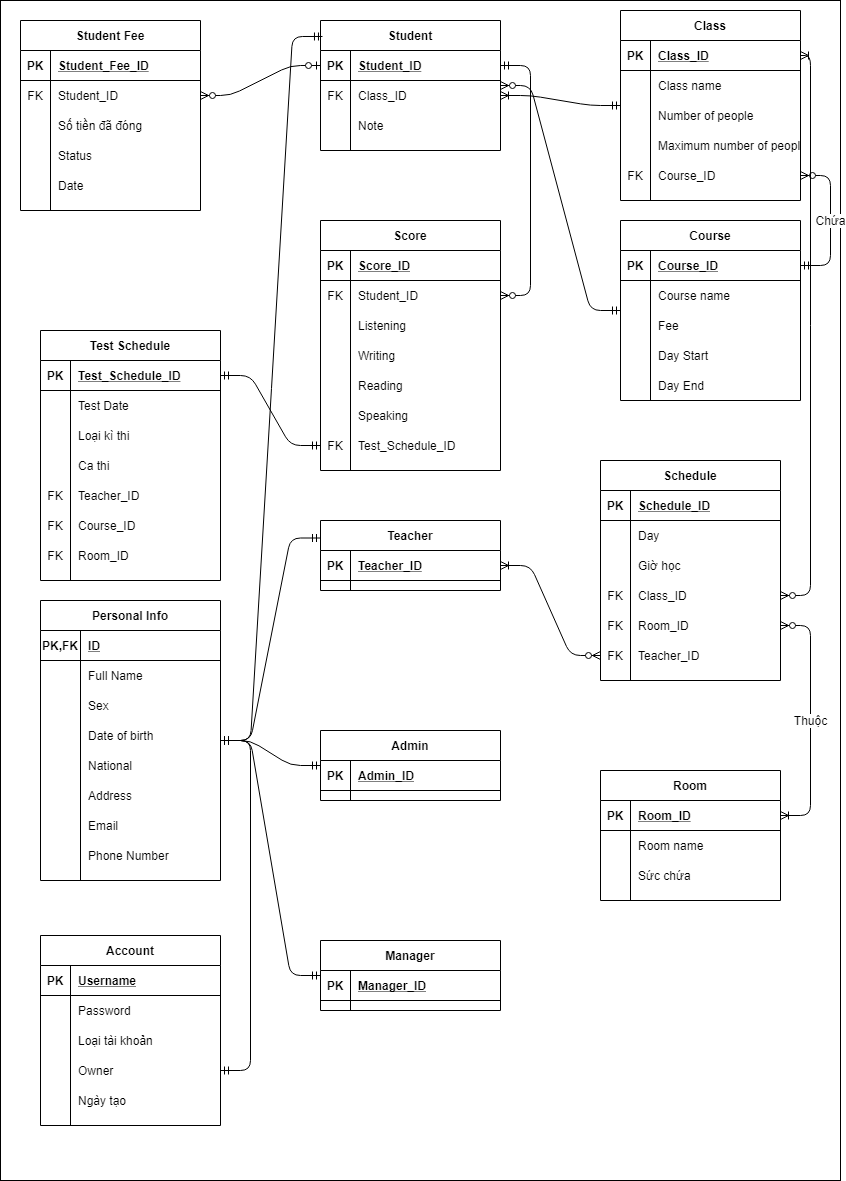
This is ERD/ERD QlyHocVienTTAVpng.png from truongthang2211/QlyHocVienTTAV, a draw.io export, as it was before one commit. Source tidied: cells renumbered, new cells last; positions are measured from the earlier drawing's top-left corner, leaving out a move shared by most shapes.
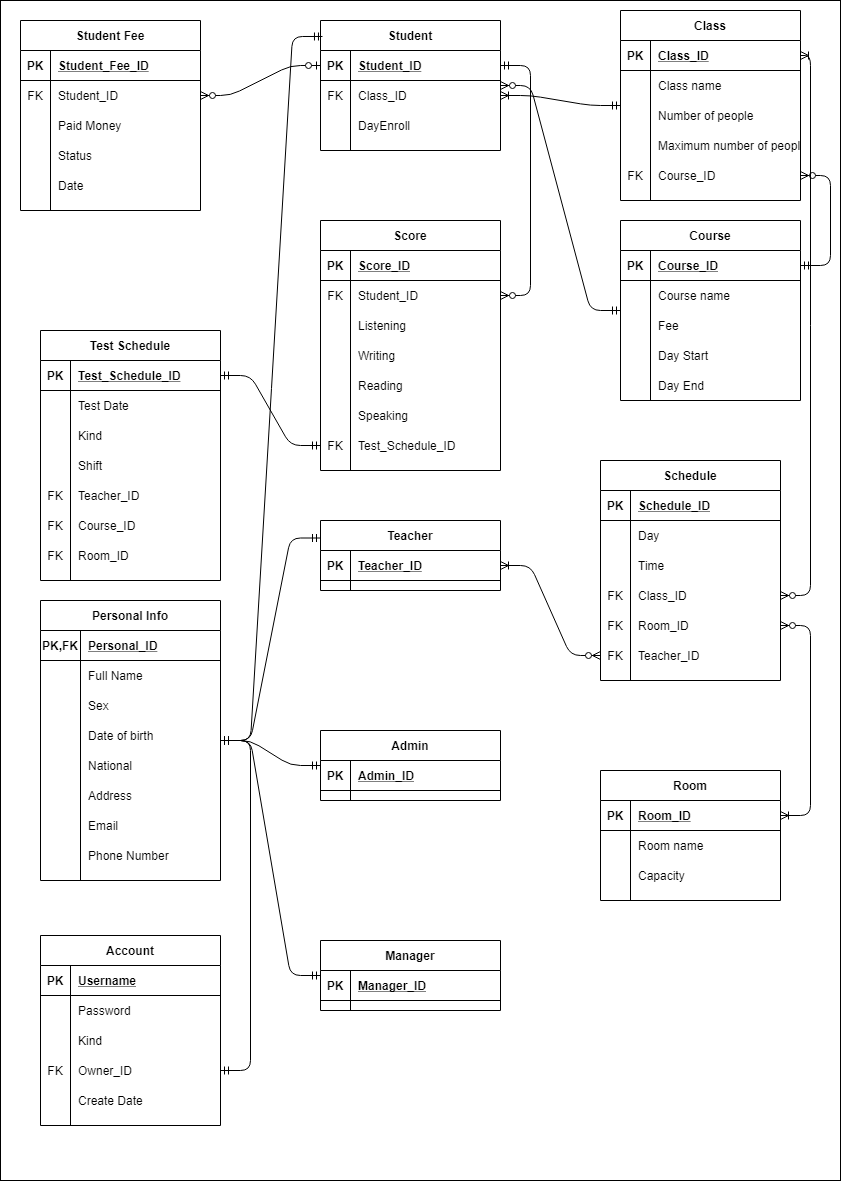
The same diagram one commit later.

Change to the diagram source:
```diff
@@ -32,7 +32,7 @@
     <mxCell id="11" style="shape=partialRectangle;fillColor=none;top=0;left=0;bottom=0;right=0;overflow=hidden;" parent="10" vertex="1">
       <mxGeometry width="30" height="30" as="geometry" />
     </mxCell>
-    <mxCell id="12" value="Note" style="shape=partialRectangle;fillColor=none;top=0;left=0;bottom=0;right=0;align=left;spacingLeft=6;overflow=hidden;" parent="10" vertex="1">
+    <mxCell id="12" value="DayEnroll" style="shape=partialRectangle;fillColor=none;top=0;left=0;bottom=0;right=0;align=left;spacingLeft=6;overflow=hidden;" parent="10" vertex="1">
       <mxGeometry x="30" width="150" height="30" as="geometry" />
     </mxCell>
     <mxCell id="13" value="Teacher" style="shape=table;startSize=30;rowLines=0;fontStyle=1;align=center;" parent="1" vertex="1">
@@ -170,7 +170,7 @@
     <mxCell id="57" style="shape=partialRectangle;fillColor=none;top=0;left=0;bottom=0;right=0;overflow=hidden;" parent="56" vertex="1">
       <mxGeometry width="30" height="30" as="geometry" />
     </mxCell>
-    <mxCell id="58" value="Sức chứa" style="shape=partialRectangle;fillColor=none;top=0;left=0;bottom=0;right=0;align=left;spacingLeft=6;overflow=hidden;" parent="56" vertex="1">
+    <mxCell id="58" value="Capacity " style="shape=partialRectangle;fillColor=none;top=0;left=0;bottom=0;right=0;align=left;spacingLeft=6;overflow=hidden;" parent="56" vertex="1">
       <mxGeometry x="30" width="150" height="30" as="geometry" />
     </mxCell>
     <mxCell id="59" value="Score" style="shape=table;startSize=30;rowLines=0;fontStyle=1;align=center;" parent="1" vertex="1">
@@ -266,7 +266,7 @@
     <mxCell id="89" style="shape=partialRectangle;fillColor=none;top=0;left=0;bottom=0;right=0;overflow=hidden;" parent="88" vertex="1">
       <mxGeometry width="30" height="30" as="geometry" />
     </mxCell>
-    <mxCell id="90" value="Giờ học" style="shape=partialRectangle;fillColor=none;top=0;left=0;bottom=0;right=0;align=left;spacingLeft=6;overflow=hidden;" parent="88" vertex="1">
+    <mxCell id="90" value="Time" style="shape=partialRectangle;fillColor=none;top=0;left=0;bottom=0;right=0;align=left;spacingLeft=6;overflow=hidden;" parent="88" vertex="1">
       <mxGeometry x="30" width="150" height="30" as="geometry" />
     </mxCell>
     <mxCell id="91" style="shape=partialRectangle;fillColor=none;top=0;left=0;bottom=0;right=0;points=[[0,0.5],[1,0.5]];portConstraint=eastwest;" parent="81" vertex="1">
@@ -296,10 +296,10 @@
     <mxCell id="99" value="Teacher_ID" style="shape=partialRectangle;fillColor=none;top=0;left=0;bottom=0;right=0;align=left;spacingLeft=6;overflow=hidden;" parent="97" vertex="1">
       <mxGeometry x="30" width="150" height="30" as="geometry" />
     </mxCell>
-    <mxCell id="100" value="Chứa" style="edgeStyle=entityRelationEdgeStyle;fontSize=12;html=1;endArrow=ERzeroToMany;startArrow=ERmandOne;" parent="1" edge="1" source="18" target="46">
+    <mxCell id="100" style="edgeStyle=entityRelationEdgeStyle;fontSize=12;html=1;endArrow=ERzeroToMany;startArrow=ERmandOne;" parent="1" edge="1" source="18" target="46">
       <mxGeometry relative="1" as="geometry" />
     </mxCell>
-    <mxCell id="101" value="Thuộc" style="edgeStyle=entityRelationEdgeStyle;fontSize=12;html=1;endArrow=ERoneToMany;startArrow=ERzeroToMany;entryX=1;entryY=0.5;entryDx=0;entryDy=0;exitX=1;exitY=0.5;exitDx=0;exitDy=0;" parent="1" edge="1" source="94" target="50">
+    <mxCell id="101" style="edgeStyle=entityRelationEdgeStyle;fontSize=12;html=1;endArrow=ERoneToMany;startArrow=ERzeroToMany;entryX=1;entryY=0.5;entryDx=0;entryDy=0;exitX=1;exitY=0.5;exitDx=0;exitDy=0;" parent="1" edge="1" source="94" target="50">
       <mxGeometry relative="1" as="geometry" />
     </mxCell>
     <mxCell id="102" style="edgeStyle=entityRelationEdgeStyle;fontSize=12;html=1;endArrow=ERoneToMany;startArrow=ERzeroToMany;entryX=1;entryY=0.5;entryDx=0;entryDy=0;exitX=0;exitY=0.5;exitDx=0;exitDy=0;" parent="1" edge="1" source="97" target="14">
@@ -335,7 +335,7 @@
     <mxCell id="112" style="shape=partialRectangle;fillColor=none;top=0;left=0;bottom=0;right=0;overflow=hidden;" parent="111" vertex="1">
       <mxGeometry width="30" height="30" as="geometry" />
     </mxCell>
-    <mxCell id="113" value="Số tiền đã đóng" style="shape=partialRectangle;fillColor=none;top=0;left=0;bottom=0;right=0;align=left;spacingLeft=6;overflow=hidden;" parent="111" vertex="1">
+    <mxCell id="113" value="Paid Money" style="shape=partialRectangle;fillColor=none;top=0;left=0;bottom=0;right=0;align=left;spacingLeft=6;overflow=hidden;" parent="111" vertex="1">
       <mxGeometry x="30" width="150" height="30" as="geometry" />
     </mxCell>
     <mxCell id="114" style="shape=partialRectangle;fillColor=none;top=0;left=0;bottom=0;right=0;" parent="104" vertex="1">
@@ -389,7 +389,7 @@
     <mxCell id="130" style="shape=partialRectangle;fillColor=none;top=0;left=0;bottom=0;right=0;overflow=hidden;" parent="129" vertex="1">
       <mxGeometry width="30" height="30" as="geometry" />
     </mxCell>
-    <mxCell id="131" value="Loại kì thi" style="shape=partialRectangle;fillColor=none;top=0;left=0;bottom=0;right=0;align=left;spacingLeft=6;overflow=hidden;" parent="129" vertex="1">
+    <mxCell id="131" value="Kind" style="shape=partialRectangle;fillColor=none;top=0;left=0;bottom=0;right=0;align=left;spacingLeft=6;overflow=hidden;" parent="129" vertex="1">
       <mxGeometry x="30" width="150" height="30" as="geometry" />
     </mxCell>
     <mxCell id="132" style="shape=partialRectangle;fillColor=none;top=0;left=0;bottom=0;right=0;" parent="122" vertex="1">
@@ -398,7 +398,7 @@
     <mxCell id="133" style="shape=partialRectangle;fillColor=none;top=0;left=0;bottom=0;right=0;overflow=hidden;" parent="132" vertex="1">
       <mxGeometry width="30" height="30" as="geometry" />
     </mxCell>
-    <mxCell id="134" value="Ca thi" style="shape=partialRectangle;fillColor=none;top=0;left=0;bottom=0;right=0;align=left;spacingLeft=6;overflow=hidden;" parent="132" vertex="1">
+    <mxCell id="134" value="Shift" style="shape=partialRectangle;fillColor=none;top=0;left=0;bottom=0;right=0;align=left;spacingLeft=6;overflow=hidden;" parent="132" vertex="1">
       <mxGeometry x="30" width="150" height="30" as="geometry" />
     </mxCell>
     <mxCell id="135" style="shape=partialRectangle;fillColor=none;top=0;left=0;bottom=0;right=0;" parent="122" vertex="1">
@@ -443,7 +443,7 @@
     <mxCell id="148" value="PK,FK" style="shape=partialRectangle;fillColor=none;top=0;left=0;bottom=0;right=0;fontStyle=1;overflow=hidden;" parent="147" vertex="1">
       <mxGeometry width="40" height="30" as="geometry" />
     </mxCell>
-    <mxCell id="149" value="ID" style="shape=partialRectangle;fillColor=none;top=0;left=0;bottom=0;right=0;align=left;spacingLeft=6;fontStyle=5;overflow=hidden;" parent="147" vertex="1">
+    <mxCell id="149" value="Personal_ID" style="shape=partialRectangle;fillColor=none;top=0;left=0;bottom=0;right=0;align=left;spacingLeft=6;fontStyle=5;overflow=hidden;" parent="147" vertex="1">
       <mxGeometry x="40" width="140" height="30" as="geometry" />
     </mxCell>
     <mxCell id="150" style="shape=partialRectangle;fillColor=none;top=0;left=0;bottom=0;right=0;" parent="146" vertex="1">
@@ -569,16 +569,16 @@
     <mxCell id="190" style="shape=partialRectangle;fillColor=none;top=0;left=0;bottom=0;right=0;overflow=hidden;" parent="189" vertex="1">
       <mxGeometry width="30" height="30" as="geometry" />
     </mxCell>
-    <mxCell id="191" value="Loại tài khoản" style="shape=partialRectangle;fillColor=none;top=0;left=0;bottom=0;right=0;align=left;spacingLeft=6;overflow=hidden;" parent="189" vertex="1">
+    <mxCell id="191" value="Kind" style="shape=partialRectangle;fillColor=none;top=0;left=0;bottom=0;right=0;align=left;spacingLeft=6;overflow=hidden;" parent="189" vertex="1">
       <mxGeometry x="30" width="150" height="30" as="geometry" />
     </mxCell>
     <mxCell id="192" style="shape=partialRectangle;fillColor=none;top=0;left=0;bottom=0;right=0;points=[[0,0.5],[1,0.5]];portConstraint=eastwest;" parent="182" vertex="1">
       <mxGeometry y="120" width="180" height="30" as="geometry" />
     </mxCell>
-    <mxCell id="193" style="shape=partialRectangle;fillColor=none;top=0;left=0;bottom=0;right=0;overflow=hidden;" parent="192" vertex="1">
+    <mxCell id="193" value="FK" style="shape=partialRectangle;fillColor=none;top=0;left=0;bottom=0;right=0;overflow=hidden;" parent="192" vertex="1">
       <mxGeometry width="30" height="30" as="geometry" />
     </mxCell>
-    <mxCell id="194" value="Owner" style="shape=partialRectangle;fillColor=none;top=0;left=0;bottom=0;right=0;align=left;spacingLeft=6;overflow=hidden;" parent="192" vertex="1">
+    <mxCell id="194" value="Owner_ID" style="shape=partialRectangle;fillColor=none;top=0;left=0;bottom=0;right=0;align=left;spacingLeft=6;overflow=hidden;" parent="192" vertex="1">
       <mxGeometry x="30" width="150" height="30" as="geometry" />
     </mxCell>
     <mxCell id="195" style="shape=partialRectangle;fillColor=none;top=0;left=0;bottom=0;right=0;" parent="182" vertex="1">
@@ -587,7 +587,7 @@
     <mxCell id="196" style="shape=partialRectangle;fillColor=none;top=0;left=0;bottom=0;right=0;overflow=hidden;" parent="195" vertex="1">
       <mxGeometry width="30" height="30" as="geometry" />
     </mxCell>
-    <mxCell id="197" value="Ngày tạo" style="shape=partialRectangle;fillColor=none;top=0;left=0;bottom=0;right=0;align=left;spacingLeft=6;overflow=hidden;" parent="195" vertex="1">
+    <mxCell id="197" value="Create Date" style="shape=partialRectangle;fillColor=none;top=0;left=0;bottom=0;right=0;align=left;spacingLeft=6;overflow=hidden;" parent="195" vertex="1">
       <mxGeometry x="30" width="150" height="30" as="geometry" />
     </mxCell>
     <mxCell id="198" style="edgeStyle=entityRelationEdgeStyle;fontSize=12;html=1;endArrow=ERmandOne;startArrow=ERmandOne;" parent="1" edge="1" source="146" target="178">
```
